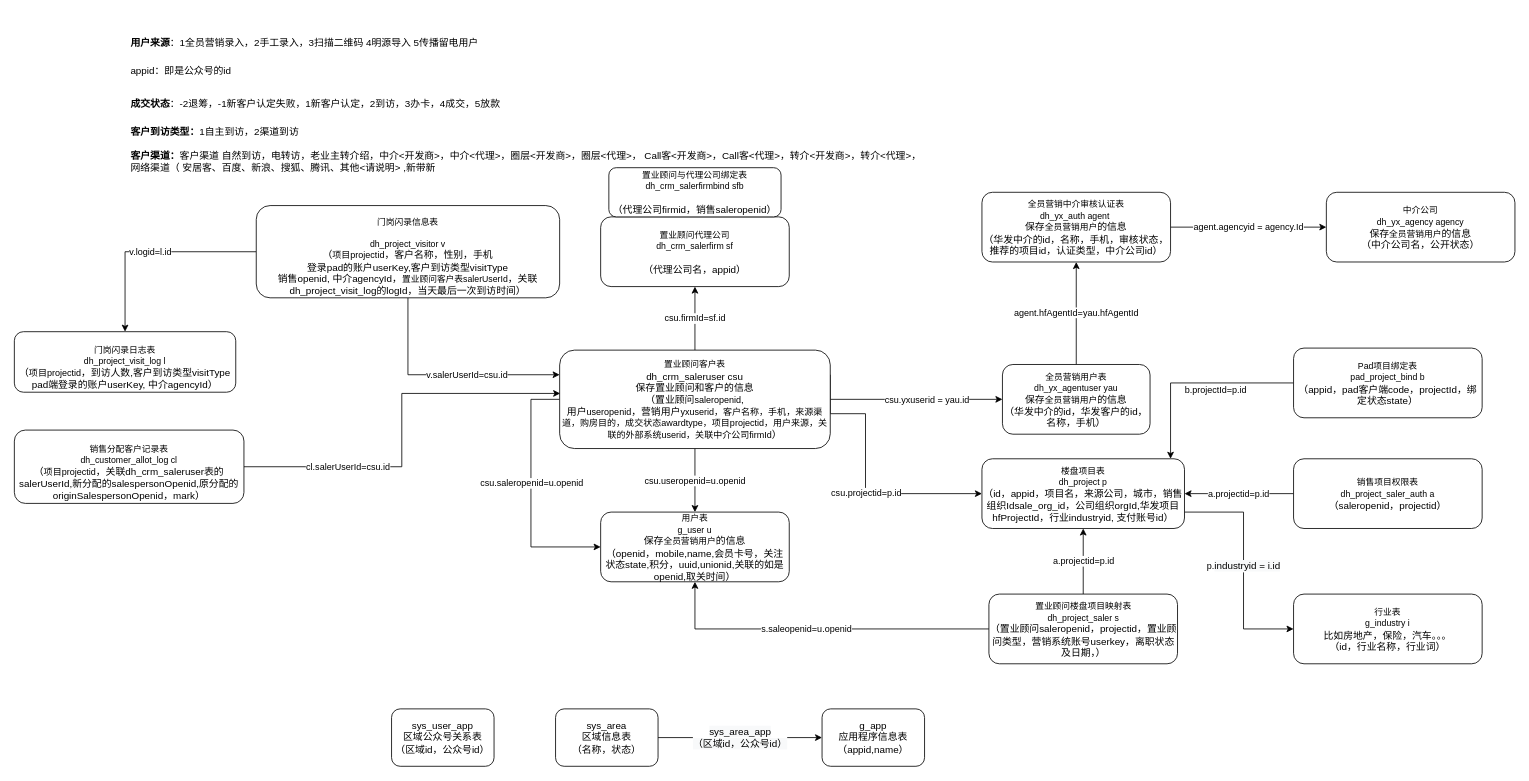
Before: page "第 1 页" (1 of 2) of 移动案场.drawio in juesuchen/diagrams, a draw.io diagram. Source tidied: cells renumbered, new cells numbered last; positions are measured from the earlier drawing's top-left corner, leaving out a move shared by most shapes. Both pictures are drawn from the tidied source at 82%, with x=0, y=0 at pixel (14, 20).
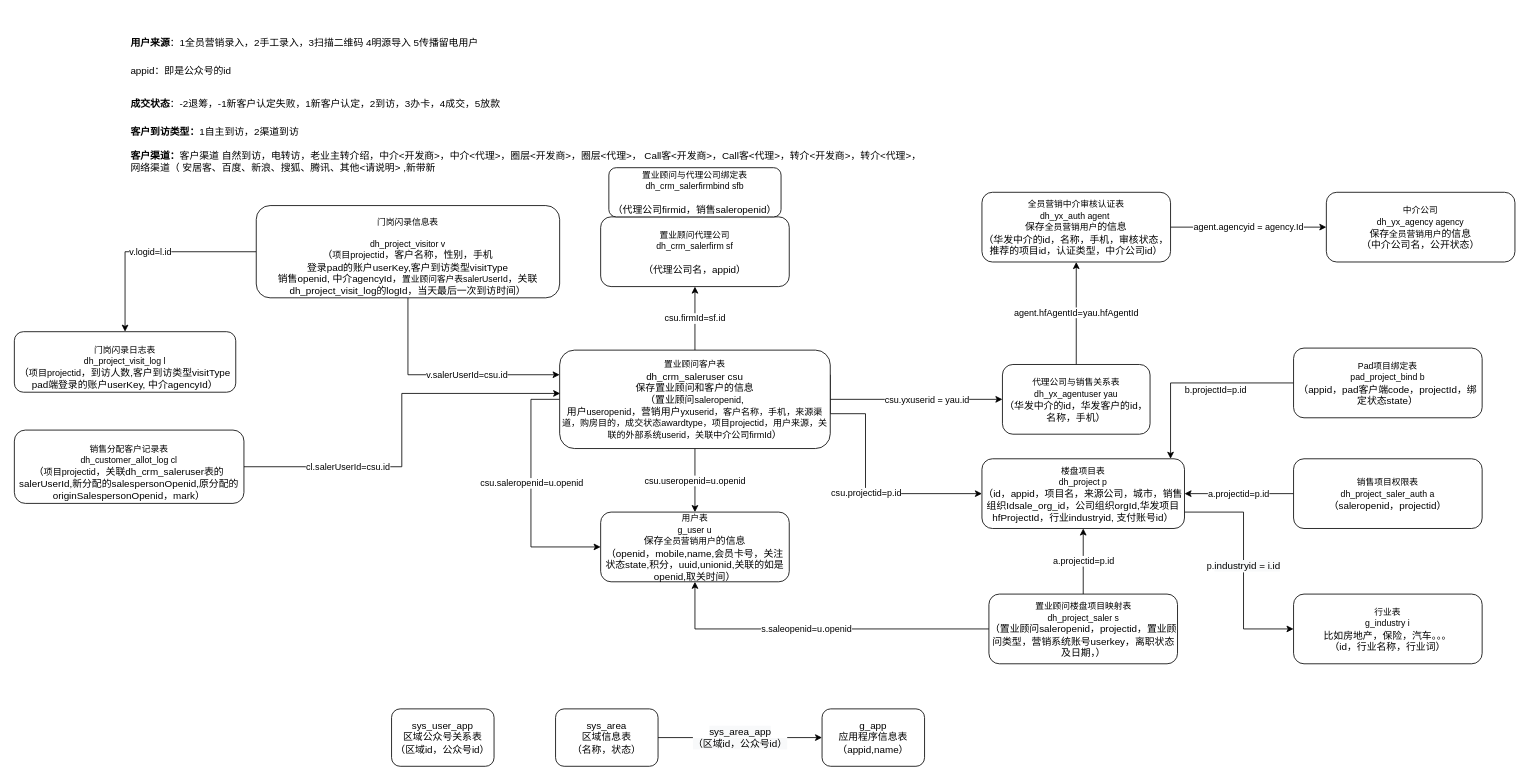
The same diagram, later.

Diff of the diagram source:
```diff
@@
-    <mxCell id="12" value="&lt;span style=&quot;font-size: 8pt&quot;&gt;全员营销用户表&lt;br&gt;&lt;/span&gt;&lt;span style=&quot;font-size: 8pt&quot;&gt;dh_yx_agentuser yau&lt;/span&gt;&lt;span style=&quot;font-size: 8pt&quot;&gt;&lt;br&gt;&lt;/span&gt;保存&lt;span style=&quot;font-size: 10.6667px&quot;&gt;全员营销用户&lt;/span&gt;的信息&lt;br&gt;（华发中介的id，华发客户的id，&lt;br&gt;名称，手机）" style="rounded=1;whiteSpace=wrap;html=1;" parent="1" vertex="1">
+    <mxCell id="12" value="&lt;span style=&quot;font-size: 8pt&quot;&gt;代理公司与销售关系表&lt;br&gt;&lt;/span&gt;&lt;span style=&quot;font-size: 8pt&quot;&gt;dh_yx_agentuser yau&lt;/span&gt;&lt;span style=&quot;font-size: 8pt&quot;&gt;&lt;br&gt;&lt;/span&gt;（华发中介的id，华发客户的id，&lt;br&gt;名称，手机）" style="rounded=1;whiteSpace=wrap;html=1;" parent="1" vertex="1">
       <mxGeometry x="1205" y="420" width="180" height="85" as="geometry" />
     </mxCell>
```
